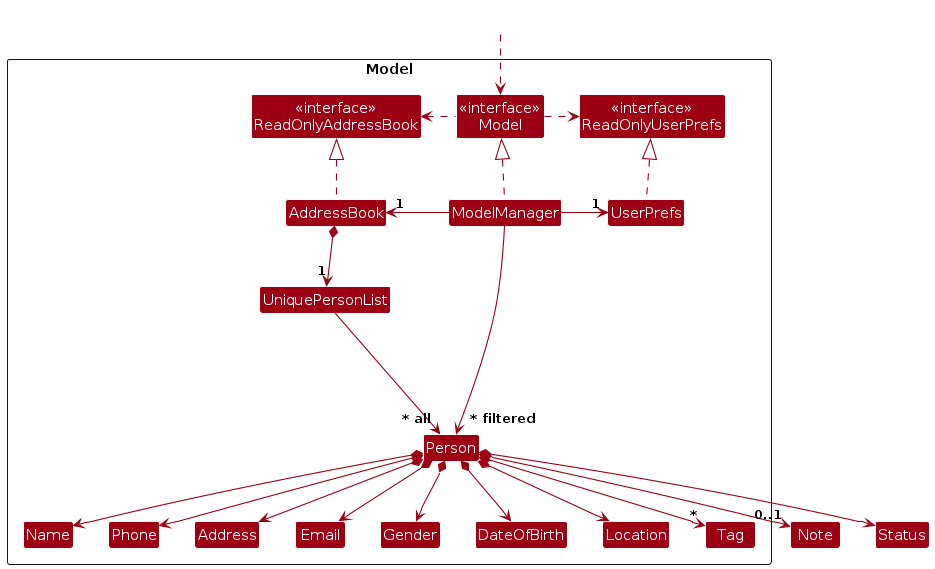
AY2526S2-CS2103-F08-1a/tp keeps this PlantUML diagram as diagrams/ModelClassDiagram.png. Above is the earlier version. Its source is kept beside it as diagrams/ModelClassDiagram.puml. Source of this version:
```plantuml
@startuml
!include style.puml
skinparam arrowThickness 1.1
skinparam arrowColor MODEL_COLOR
skinparam classBackgroundColor MODEL_COLOR

Package Model as ModelPackage <<Rectangle>>{
Class "<<interface>>\nReadOnlyAddressBook" as ReadOnlyAddressBook
Class "<<interface>>\nReadOnlyUserPrefs" as ReadOnlyUserPrefs
Class "<<interface>>\nModel" as Model
Class AddressBook
Class ModelManager
Class UserPrefs

Class UniquePersonList
Class Person
Class Gender
Class DateOfBirth
Class Address
Class Email
Class Name
Class Phone
Class Location
Class Tag

Class I #FFFFFF
}

Class HiddenOutside #FFFFFF
HiddenOutside ..> Model

AddressBook .up.|> ReadOnlyAddressBook

ModelManager .up.|> Model
Model .right.> ReadOnlyUserPrefs
Model .left.> ReadOnlyAddressBook
ModelManager -left-> "1" AddressBook
ModelManager -right-> "1" UserPrefs
UserPrefs .up.|> ReadOnlyUserPrefs

AddressBook *--> "1" UniquePersonList
UniquePersonList --> "~* all" Person
Person *--> Name
Person *--> Phone
Person *--> Email
Person *--> Address
Person *--> "*" Tag
Person *--> Gender
Person *--> DateOfBirth
Person *--> Location
Person *--> "0..1" Note
Person *--> Status

Person -[hidden]up--> I
UniquePersonList -[hidden]right-> I

Name -[hidden]right-> Phone
Phone -[hidden]right-> Address
Address -[hidden]right-> Email

ModelManager --> "~* filtered" Person
@enduml
```
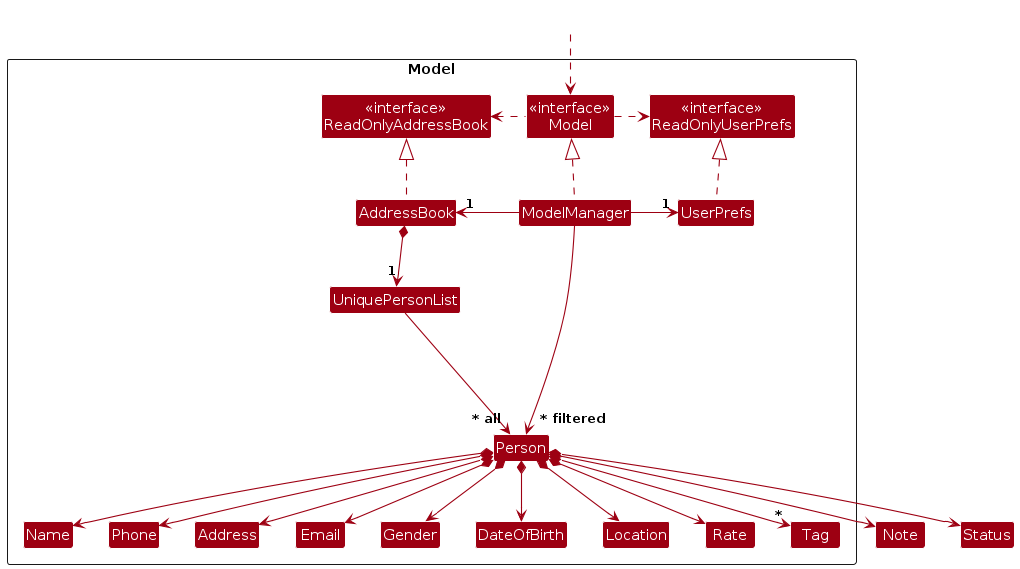
Later version of the same file.

Change to the diagram source:
```diff
@@ -21,6 +21,7 @@
 Class Name
 Class Phone
 Class Location
+Class Rate
 Class Tag
 
 Class I #FFFFFF
@@ -48,7 +49,8 @@
 Person *--> Gender
 Person *--> DateOfBirth
 Person *--> Location
-Person *--> "0..1" Note
+Person *--> Note
+Person *--> Rate
 Person *--> Status
 
 Person -[hidden]up--> I
```
